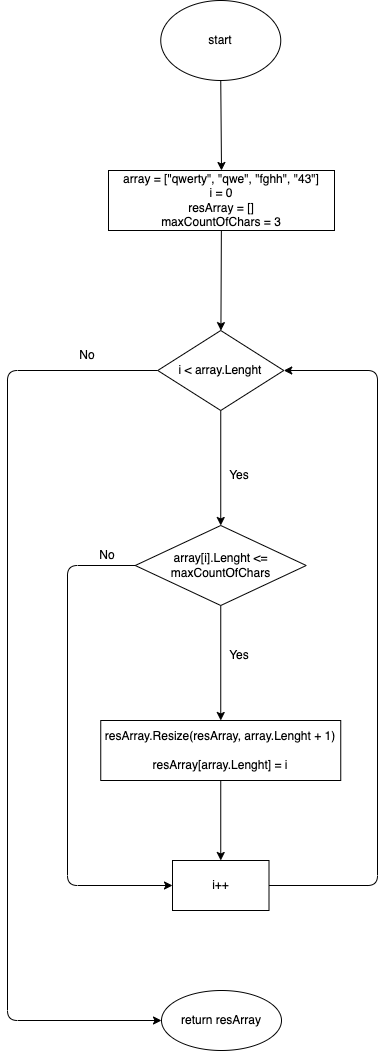
This is flowchart.drawio.png from npokhodnya/testGB_Developer, a draw.io export, as it was before one commit. Source tidied: cells renumbered, new cells last; positions are measured from the earlier drawing's top-left corner, leaving out a move shared by most shapes.
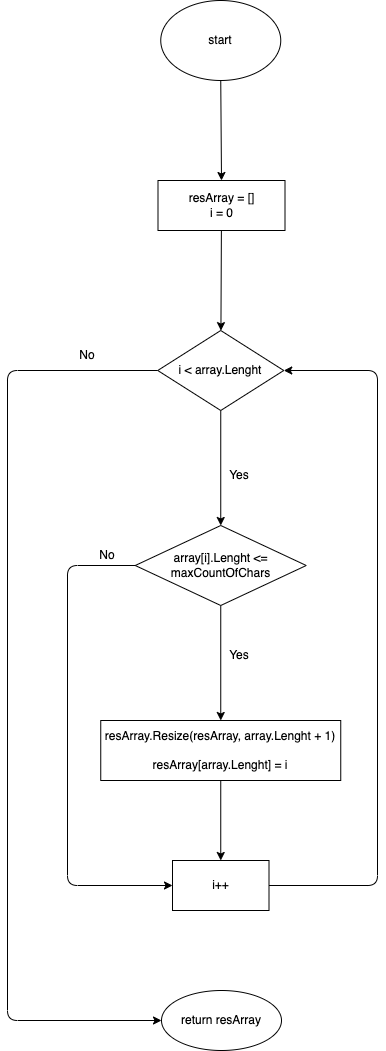
Later version of the same file.

Commit message:
Now flowchart shows Filter function

The edit, as a diff of the source:
```diff
@@ -8,8 +8,8 @@
     <mxCell id="3" style="edgeStyle=none;html=1;" parent="1" edge="1" source="4" target="6">
       <mxGeometry relative="1" as="geometry" />
     </mxCell>
-    <mxCell id="4" value="array = [&quot;qwerty&quot;, &quot;qwe&quot;, &quot;fghh&quot;, &quot;43&quot;]&lt;br&gt;i = 0&lt;br&gt;resArray = []&lt;br&gt;maxCountOfChars = 3" style="whiteSpace=wrap;html=1;" parent="1" vertex="1">
-      <mxGeometry x="101" y="170" width="226" height="60" as="geometry" />
+    <mxCell id="4" value="resArray = []&lt;br&gt;i = 0" style="whiteSpace=wrap;html=1;" parent="1" vertex="1">
+      <mxGeometry x="150.5" y="180" width="127" height="50" as="geometry" />
     </mxCell>
     <mxCell id="5" style="edgeStyle=none;html=1;" parent="1" edge="1" source="6" target="10">
       <mxGeometry relative="1" as="geometry" />
```
